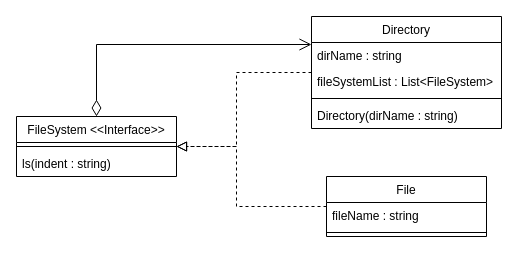
Above: umls/Composite.drawio in rishabmamgai/LLD (draw.io), before the change. Source tidied: cells renumbered, new cells numbered last; positions are measured from the earlier drawing's top-left corner, leaving out a move shared by most shapes. Both pictures are drawn from the tidied source at 100%, with x=0, y=0 at pixel (16, 16).
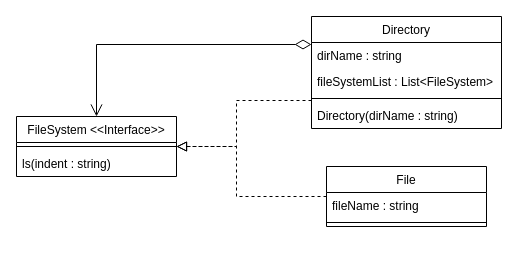
The same diagram, later.

Diff of the diagram source:
```diff
@@
 <mxGraphModel>
   <root>
     <mxCell id="0" />
     <mxCell id="1" parent="0" />
     <mxCell id="2" value="FileSystem &lt;&lt;Interface&gt;&gt;" style="swimlane;fontStyle=0;align=center;verticalAlign=top;horizontal=1;startSize=26;rounded=0;shadow=0;strokeWidth=1;" parent="1" vertex="1">
       <mxGeometry y="100" width="160" height="60" as="geometry" />
     </mxCell>
     <mxCell id="3" style="line;html=1;strokeWidth=1;align=left;verticalAlign=middle;spacingTop=-1;spacingLeft=3;spacingRight=3;labelPosition=right;" parent="2" vertex="1">
       <mxGeometry y="26" width="160" height="8" as="geometry" />
     </mxCell>
     <mxCell id="4" value="ls(indent : string)" style="text;align=left;verticalAlign=top;spacingLeft=4;spacingRight=4;overflow=hidden;" parent="2" vertex="1">
       <mxGeometry y="34" width="160" height="26" as="geometry" />
     </mxCell>
     <mxCell id="5" value="Directory" style="swimlane;fontStyle=0;align=center;verticalAlign=top;horizontal=1;startSize=26;rounded=0;shadow=0;strokeWidth=1;" parent="1" vertex="1">
       <mxGeometry x="295" width="190" height="112" as="geometry" />
     </mxCell>
     <mxCell id="6" value="dirName : string" style="text;align=left;verticalAlign=top;spacingLeft=4;spacingRight=4;overflow=hidden;" parent="5" vertex="1">
       <mxGeometry y="26" width="190" height="26" as="geometry" />
     </mxCell>
     <mxCell id="7" value="fileSystemList : List&lt;FileSystem&gt;" style="text;align=left;verticalAlign=top;spacingLeft=4;spacingRight=4;overflow=hidden;rounded=0;shadow=0;html=0;" parent="5" vertex="1">
       <mxGeometry y="52" width="190" height="26" as="geometry" />
     </mxCell>
     <mxCell id="8" style="line;html=1;strokeWidth=1;align=left;verticalAlign=middle;spacingTop=-1;spacingLeft=3;spacingRight=3;labelPosition=right;" parent="5" vertex="1">
       <mxGeometry y="78" width="190" height="8" as="geometry" />
     </mxCell>
     <mxCell id="9" value="Directory(dirName : string)" style="text;align=left;verticalAlign=top;spacingLeft=4;spacingRight=4;overflow=hidden;fontStyle=0;" parent="5" vertex="1">
       <mxGeometry y="86" width="190" height="26" as="geometry" />
     </mxCell>
     <mxCell id="10" value="File" style="swimlane;fontStyle=0;align=center;verticalAlign=top;horizontal=1;startSize=26;rounded=0;shadow=0;strokeWidth=1;" parent="1" vertex="1">
-      <mxGeometry x="310" y="160" width="160" height="60" as="geometry" />
+      <mxGeometry x="310" y="150" width="160" height="60" as="geometry" />
     </mxCell>
     <mxCell id="11" value="fileName : string" style="text;align=left;verticalAlign=top;spacingLeft=4;spacingRight=4;overflow=hidden;" parent="10" vertex="1">
       <mxGeometry y="26" width="160" height="26" as="geometry" />
     </mxCell>
     <mxCell id="12" style="line;html=1;strokeWidth=1;align=left;verticalAlign=middle;spacingTop=-1;spacingLeft=3;spacingRight=3;labelPosition=right;" parent="10" vertex="1">
       <mxGeometry y="52" width="160" height="8" as="geometry" />
     </mxCell>
     <mxCell id="13" style="endArrow=block;html=1;rounded=0;entryX=1;entryY=0.5;entryDx=0;entryDy=0;exitX=0;exitY=0.5;exitDx=0;exitDy=0;dashed=1;endFill=0;endSize=8;" parent="1" edge="1" source="10" target="2">
       <mxGeometry relative="1" as="geometry">
         <Array as="points">
-          <mxPoint x="220" y="190" />
+          <mxPoint x="220" y="180" />
           <mxPoint x="220" y="130" />
         </Array>
       </mxGeometry>
     </mxCell>
-    <mxCell id="14" style="endArrow=block;html=1;rounded=0;entryX=1;entryY=0.5;entryDx=0;entryDy=0;exitX=0;exitY=0.5;exitDx=0;exitDy=0;endFill=0;dashed=1;endSize=8;" parent="1" edge="1" source="5" target="2">
+    <mxCell id="14" style="endArrow=block;html=1;rounded=0;entryX=1;entryY=0.5;entryDx=0;entryDy=0;endFill=0;dashed=1;endSize=8;exitX=0;exitY=0.75;exitDx=0;exitDy=0;" parent="1" edge="1" source="5" target="2">
       <mxGeometry relative="1" as="geometry">
         <Array as="points">
-          <mxPoint x="220" y="56" />
+          <mxPoint x="220" y="84" />
           <mxPoint x="220" y="130" />
         </Array>
       </mxGeometry>
     </mxCell>
-    <mxCell id="15" style="endArrow=open;html=1;endSize=10;startArrow=diamondThin;startSize=14;startFill=0;edgeStyle=orthogonalEdgeStyle;align=right;verticalAlign=bottom;rounded=0;exitX=0.5;exitY=0;exitDx=0;exitDy=0;entryX=0;entryY=0.25;entryDx=0;entryDy=0;labelPosition=left;verticalLabelPosition=top;fontSize=12;" parent="1" edge="1" source="2" target="5">
+    <mxCell id="15" style="endArrow=open;html=1;endSize=10;startArrow=diamondThin;startSize=14;startFill=0;edgeStyle=orthogonalEdgeStyle;align=right;verticalAlign=bottom;rounded=0;labelPosition=left;verticalLabelPosition=top;fontSize=12;entryX=0.5;entryY=0;entryDx=0;entryDy=0;exitX=0;exitY=0.25;exitDx=0;exitDy=0;" parent="1" edge="1" source="5" target="2">
       <mxGeometry x="-1" y="3" relative="1" as="geometry" />
     </mxCell>
   </root>
 </mxGraphModel>
```
